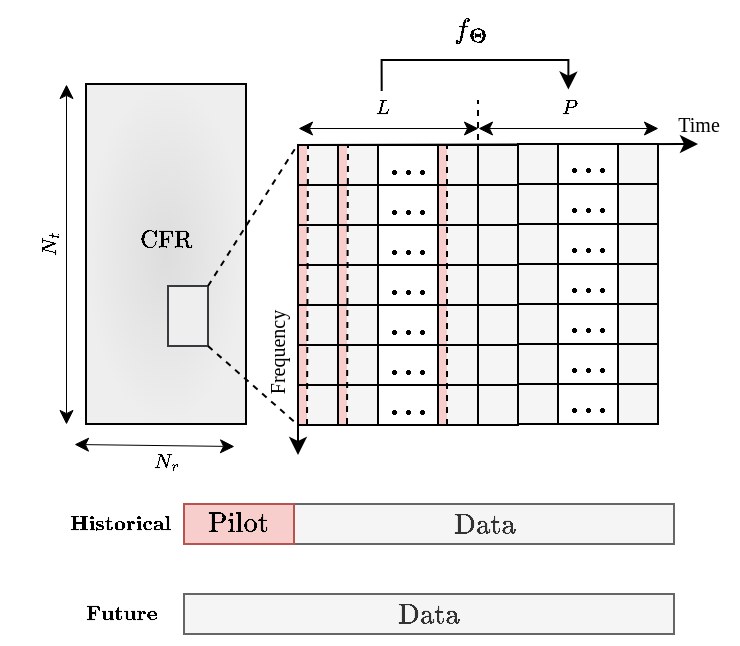
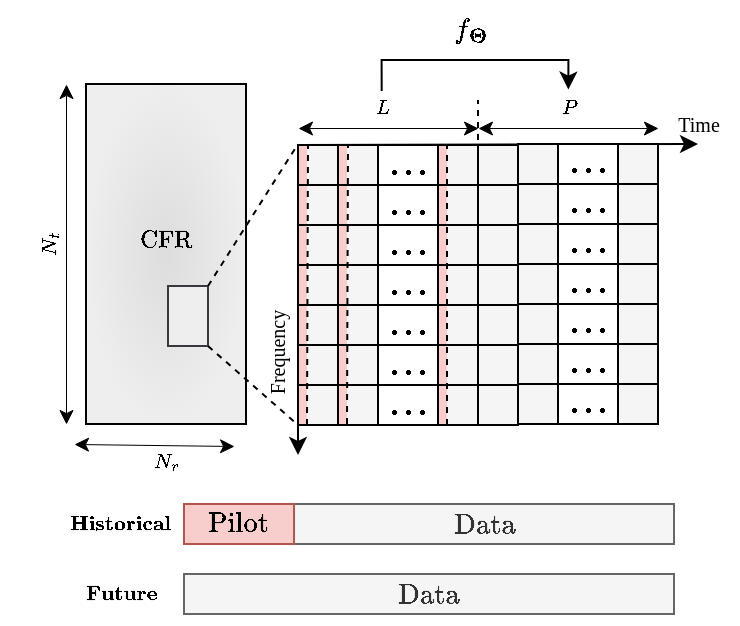
<mxfile host="app.diagrams.net" agent="Mozilla/5.0 (Macintosh; Intel Mac OS X 10_15_7) AppleWebKit/537.36 (KHTML, like Gecko) Chrome/141.0.0.0 Safari/537.36 Edg/141.0.0.0">
  <diagram name="第 1 页" id="D2adrHRu20BCA5vovUWD">
    <mxGraphModel dx="534" dy="377" grid="1" gridSize="10" guides="1" tooltips="1" connect="1" arrows="1" fold="1" page="1" pageScale="1" pageWidth="850" pageHeight="1100" math="1" shadow="0">
      <root>
        <mxCell id="0" />
        <mxCell id="1" parent="0" />
        <mxCell id="vL8rOUMA7y1sfk7vwX27-157" parent="1" style="text;html=1;align=center;verticalAlign=middle;resizable=0;points=[];autosize=1;strokeColor=none;fillColor=none;rotation=-90;" value="&lt;font face=&quot;Times New Roman&quot; style=&quot;font-size: 10px;&quot;&gt;Frequency&lt;/font&gt;" vertex="1">
          <mxGeometry height="30" width="70" x="140" y="199.5" as="geometry" />
        </mxCell>
        <mxCell id="vL8rOUMA7y1sfk7vwX27-163" parent="1" style="rounded=0;whiteSpace=wrap;html=1;fillColor=#DDDDDD;fillStyle=auto;gradientColor=#EEEEEE;gradientDirection=radial;" value="&lt;font face=&quot;Times New Roman&quot;&gt;\[\mathrm{CFR}\]&lt;/font&gt;&lt;div&gt;&lt;font face=&quot;Times New Roman&quot;&gt;&lt;span style=&quot;font-size: 10px;&quot;&gt;&lt;br&gt;&lt;/span&gt;&lt;/font&gt;&lt;/div&gt;" vertex="1">
          <mxGeometry height="170" width="80" x="80" y="80" as="geometry" />
        </mxCell>
        <mxCell id="vL8rOUMA7y1sfk7vwX27-164" parent="1" style="rounded=0;whiteSpace=wrap;html=1;rotation=0;fillColor=#eeeeee;strokeColor=#36393d;" value="" vertex="1">
          <mxGeometry height="30" width="20" x="121" y="181" as="geometry" />
        </mxCell>
        <mxCell id="vL8rOUMA7y1sfk7vwX27-165" edge="1" parent="1" source="vL8rOUMA7y1sfk7vwX27-164" style="endArrow=none;dashed=1;html=1;rounded=0;exitX=1;exitY=1;exitDx=0;exitDy=0;entryX=0;entryY=1;entryDx=0;entryDy=0;" target="vL8rOUMA7y1sfk7vwX27-77" value="">
          <mxGeometry height="50" relative="1" width="50" as="geometry">
            <mxPoint x="131" y="215" as="sourcePoint" />
            <mxPoint x="206" y="260" as="targetPoint" />
          </mxGeometry>
        </mxCell>
        <mxCell id="vL8rOUMA7y1sfk7vwX27-166" edge="1" parent="1" source="vL8rOUMA7y1sfk7vwX27-164" style="endArrow=none;dashed=1;html=1;rounded=0;exitX=1;exitY=0;exitDx=0;exitDy=0;" value="">
          <mxGeometry height="50" relative="1" width="50" as="geometry">
            <mxPoint x="131" y="185" as="sourcePoint" />
            <mxPoint x="186" y="110" as="targetPoint" />
          </mxGeometry>
        </mxCell>
        <mxCell id="vL8rOUMA7y1sfk7vwX27-167" edge="1" parent="1" style="endArrow=classic;startArrow=classic;html=1;rounded=0;strokeWidth=0.5;" value="">
          <mxGeometry height="50" relative="1" width="50" as="geometry">
            <mxPoint x="74" y="260" as="sourcePoint" />
            <mxPoint x="154" y="261" as="targetPoint" />
          </mxGeometry>
        </mxCell>
        <mxCell id="vL8rOUMA7y1sfk7vwX27-168" parent="1" style="text;html=1;align=center;verticalAlign=middle;resizable=0;points=[];autosize=1;strokeColor=none;fillColor=none;" value="&lt;font face=&quot;Times New Roman&quot; style=&quot;font-size: 10px;&quot;&gt;\[N_r\]&lt;/font&gt;" vertex="1">
          <mxGeometry height="30" width="50" x="95" y="254" as="geometry" />
        </mxCell>
        <mxCell id="vL8rOUMA7y1sfk7vwX27-169" parent="1" style="text;html=1;align=center;verticalAlign=middle;resizable=0;points=[];autosize=1;strokeColor=none;fillColor=none;rotation=-90;" value="&lt;font face=&quot;Times New Roman&quot; style=&quot;font-size: 10px;&quot;&gt;\[N_t\]&lt;/font&gt;" vertex="1">
          <mxGeometry height="30" width="50" x="37" y="145" as="geometry" />
        </mxCell>
        <mxCell id="vL8rOUMA7y1sfk7vwX27-170" edge="1" parent="1" style="endArrow=classic;startArrow=classic;html=1;rounded=0;strokeWidth=0.5;" value="">
          <mxGeometry height="50" relative="1" width="50" as="geometry">
            <mxPoint x="70" y="250" as="sourcePoint" />
            <mxPoint x="70" y="80" as="targetPoint" />
          </mxGeometry>
        </mxCell>
        <mxCell id="vL8rOUMA7y1sfk7vwX27-160" parent="1" style="text;html=1;align=center;verticalAlign=middle;resizable=0;points=[];autosize=1;strokeColor=none;fillColor=none;container=0;" value="&lt;font face=&quot;Times New Roman&quot; style=&quot;font-size: 10px;&quot;&gt;\[L\]&lt;/font&gt;" vertex="1">
          <mxGeometry height="40" width="30" x="213" y="72" as="geometry" />
        </mxCell>
        <mxCell id="vL8rOUMA7y1sfk7vwX27-162" parent="1" style="text;html=1;align=center;verticalAlign=middle;resizable=0;points=[];autosize=1;strokeColor=none;fillColor=none;container=0;" value="&lt;font face=&quot;Times New Roman&quot;&gt;&lt;span style=&quot;font-size: 10px;&quot;&gt;\[P\]&lt;/span&gt;&lt;/font&gt;" vertex="1">
          <mxGeometry height="40" width="30" x="306" y="72" as="geometry" />
        </mxCell>
        <mxCell id="vL8rOUMA7y1sfk7vwX27-196" parent="1" style="rounded=0;whiteSpace=wrap;html=1;fillColor=#f5f5f5;strokeColor=#666666;fontColor=#333333;" value="\[\mathrm{Data}\]" vertex="1">
          <mxGeometry height="20" width="190" x="184" y="290" as="geometry" />
        </mxCell>
        <mxCell id="vL8rOUMA7y1sfk7vwX27-197" parent="1" style="rounded=0;whiteSpace=wrap;html=1;fillColor=#f8cecc;strokeColor=#b85450;" value="\[\mathrm{Pilot}\]" vertex="1">
          <mxGeometry height="20" width="55" x="129" y="290" as="geometry" />
        </mxCell>
        <mxCell id="vL8rOUMA7y1sfk7vwX27-74" edge="1" parent="1" style="endArrow=classic;html=1;rounded=0;exitX=0;exitY=0;exitDx=0;exitDy=0;" value="">
          <mxGeometry height="50" relative="1" width="50" as="geometry">
            <mxPoint x="186" y="110.5" as="sourcePoint" />
            <mxPoint x="386" y="110" as="targetPoint" />
          </mxGeometry>
        </mxCell>
        <mxCell id="vL8rOUMA7y1sfk7vwX27-75" edge="1" parent="1" source="vL8rOUMA7y1sfk7vwX27-138" style="endArrow=classic;html=1;rounded=0;fillColor=#f5f5f5;strokeColor=#000000;exitX=0;exitY=0;exitDx=0;exitDy=0;" value="">
          <mxGeometry height="50" relative="1" width="50" as="geometry">
            <mxPoint x="186" y="90.5" as="sourcePoint" />
            <mxPoint x="186" y="265.5" as="targetPoint" />
          </mxGeometry>
        </mxCell>
        <mxCell id="vL8rOUMA7y1sfk7vwX27-158" edge="1" parent="1" style="endArrow=none;html=1;rounded=0;entryX=1;entryY=1;entryDx=0;entryDy=0;dashed=1;" value="">
          <mxGeometry height="50" relative="1" width="50" as="geometry">
            <mxPoint x="276" y="108" as="sourcePoint" />
            <mxPoint x="276" y="88" as="targetPoint" />
          </mxGeometry>
        </mxCell>
        <mxCell id="vL8rOUMA7y1sfk7vwX27-77" parent="1" style="rounded=0;whiteSpace=wrap;html=1;fillColor=#f5f5f5;strokeColor=#000000;container=0;fontColor=#333333;" value="" vertex="1">
          <mxGeometry height="20" width="20" x="186" y="230.5" as="geometry" />
        </mxCell>
        <mxCell id="vL8rOUMA7y1sfk7vwX27-78" parent="1" style="rounded=0;whiteSpace=wrap;html=1;fillColor=#f5f5f5;strokeColor=#000000;container=0;fontColor=#333333;" value="" vertex="1">
          <mxGeometry height="20" width="20" x="206" y="230.5" as="geometry" />
        </mxCell>
        <mxCell id="vL8rOUMA7y1sfk7vwX27-80" parent="1" style="rounded=0;whiteSpace=wrap;html=1;container=0;" value="&lt;b&gt;\[\mathbf{...}\]&lt;/b&gt;" vertex="1">
          <mxGeometry height="20" width="30" x="226" y="230.5" as="geometry" />
        </mxCell>
        <mxCell id="vL8rOUMA7y1sfk7vwX27-79" parent="1" style="rounded=0;whiteSpace=wrap;html=1;fillColor=#f5f5f5;strokeColor=#000000;container=0;fontColor=#333333;" value="" vertex="1">
          <mxGeometry height="20" width="20" x="256" y="230.5" as="geometry" />
        </mxCell>
        <mxCell id="vL8rOUMA7y1sfk7vwX27-90" parent="1" style="rounded=0;whiteSpace=wrap;html=1;fillColor=#f5f5f5;strokeColor=#000000;container=0;fontColor=#333333;" value="" vertex="1">
          <mxGeometry height="20" width="20" x="256" y="210.5" as="geometry" />
        </mxCell>
        <mxCell id="vL8rOUMA7y1sfk7vwX27-100" parent="1" style="rounded=0;whiteSpace=wrap;html=1;fillColor=#f5f5f5;strokeColor=#000000;container=0;fontColor=#333333;" value="" vertex="1">
          <mxGeometry height="20" width="20" x="256" y="170.5" as="geometry" />
        </mxCell>
        <mxCell id="vL8rOUMA7y1sfk7vwX27-110" parent="1" style="rounded=0;whiteSpace=wrap;html=1;fillColor=#f5f5f5;strokeColor=#000000;container=0;fontColor=#333333;" value="" vertex="1">
          <mxGeometry height="20" width="20" x="256" y="190.5" as="geometry" />
        </mxCell>
        <mxCell id="vL8rOUMA7y1sfk7vwX27-120" parent="1" style="rounded=0;whiteSpace=wrap;html=1;fillColor=#f5f5f5;strokeColor=#000000;container=0;fontColor=#333333;" value="" vertex="1">
          <mxGeometry height="20" width="20" x="256" y="150.5" as="geometry" />
        </mxCell>
        <mxCell id="vL8rOUMA7y1sfk7vwX27-130" parent="1" style="rounded=0;whiteSpace=wrap;html=1;fillColor=#f5f5f5;strokeColor=#000000;container=0;fontColor=#333333;" value="" vertex="1">
          <mxGeometry height="20" width="20" x="256" y="130.5" as="geometry" />
        </mxCell>
        <mxCell id="vL8rOUMA7y1sfk7vwX27-140" parent="1" style="rounded=0;whiteSpace=wrap;html=1;fillColor=#f5f5f5;strokeColor=#000000;container=0;fontColor=#333333;" value="" vertex="1">
          <mxGeometry height="20" width="20" x="256" y="110.5" as="geometry" />
        </mxCell>
        <mxCell id="vL8rOUMA7y1sfk7vwX27-161" edge="1" parent="1" style="endArrow=classic;startArrow=classic;html=1;rounded=0;strokeWidth=0.5;" value="">
          <mxGeometry height="50" relative="1" width="50" as="geometry">
            <mxPoint x="276" y="102" as="sourcePoint" />
            <mxPoint x="366" y="102" as="targetPoint" />
          </mxGeometry>
        </mxCell>
        <mxCell id="vL8rOUMA7y1sfk7vwX27-159" edge="1" parent="1" style="endArrow=classic;startArrow=classic;html=1;rounded=0;strokeWidth=0.5;" value="">
          <mxGeometry height="50" relative="1" width="50" as="geometry">
            <mxPoint x="186" y="102" as="sourcePoint" />
            <mxPoint x="276" y="102" as="targetPoint" />
          </mxGeometry>
        </mxCell>
        <mxCell id="vL8rOUMA7y1sfk7vwX27-146" parent="1" style="rounded=0;whiteSpace=wrap;html=1;fillColor=#f5f5f5;strokeColor=#000000;container=0;fontColor=#333333;" value="" vertex="1">
          <mxGeometry height="20" width="20" x="296" y="110" as="geometry" />
        </mxCell>
        <mxCell id="vL8rOUMA7y1sfk7vwX27-172" parent="1" style="rounded=0;whiteSpace=wrap;html=1;container=0;" value="&lt;b&gt;\[\mathbf{...}\]&lt;/b&gt;" vertex="1">
          <mxGeometry height="20" width="30" x="316" y="230" as="geometry" />
        </mxCell>
        <mxCell id="vL8rOUMA7y1sfk7vwX27-173" parent="1" style="rounded=0;whiteSpace=wrap;html=1;container=0;" value="&lt;b&gt;\[\mathbf{...}\]&lt;/b&gt;" vertex="1">
          <mxGeometry height="20" width="30" x="316" y="210" as="geometry" />
        </mxCell>
        <mxCell id="vL8rOUMA7y1sfk7vwX27-174" parent="1" style="rounded=0;whiteSpace=wrap;html=1;container=0;" value="&lt;b&gt;\[\mathbf{...}\]&lt;/b&gt;" vertex="1">
          <mxGeometry height="20" width="30" x="316" y="170" as="geometry" />
        </mxCell>
        <mxCell id="vL8rOUMA7y1sfk7vwX27-175" parent="1" style="rounded=0;whiteSpace=wrap;html=1;container=0;" value="&lt;b&gt;\[\mathbf{...}\]&lt;/b&gt;" vertex="1">
          <mxGeometry height="20" width="30" x="316" y="190" as="geometry" />
        </mxCell>
        <mxCell id="vL8rOUMA7y1sfk7vwX27-176" parent="1" style="rounded=0;whiteSpace=wrap;html=1;container=0;" value="&lt;b&gt;\[\mathbf{...}\]&lt;/b&gt;" vertex="1">
          <mxGeometry height="20" width="30" x="316" y="150" as="geometry" />
        </mxCell>
        <mxCell id="vL8rOUMA7y1sfk7vwX27-177" parent="1" style="rounded=0;whiteSpace=wrap;html=1;container=0;" value="&lt;b&gt;\[\mathbf{...}\]&lt;/b&gt;" vertex="1">
          <mxGeometry height="20" width="30" x="316" y="130" as="geometry" />
        </mxCell>
        <mxCell id="vL8rOUMA7y1sfk7vwX27-178" parent="1" style="rounded=0;whiteSpace=wrap;html=1;container=0;" value="&lt;b&gt;\[\mathbf{...}\]&lt;/b&gt;" vertex="1">
          <mxGeometry height="20" width="30" x="316" y="110" as="geometry" />
        </mxCell>
        <mxCell id="vL8rOUMA7y1sfk7vwX27-82" parent="1" style="rounded=0;whiteSpace=wrap;html=1;fillColor=#f5f5f5;strokeColor=#000000;container=0;fontColor=#333333;" value="" vertex="1">
          <mxGeometry height="20" width="20" x="346" y="230" as="geometry" />
        </mxCell>
        <mxCell id="vL8rOUMA7y1sfk7vwX27-93" parent="1" style="rounded=0;whiteSpace=wrap;html=1;fillColor=#f5f5f5;strokeColor=#000000;container=0;fontColor=#333333;" value="" vertex="1">
          <mxGeometry height="20" width="20" x="346" y="210" as="geometry" />
        </mxCell>
        <mxCell id="vL8rOUMA7y1sfk7vwX27-103" parent="1" style="rounded=0;whiteSpace=wrap;html=1;fillColor=#f5f5f5;strokeColor=#000000;container=0;fontColor=#333333;" value="" vertex="1">
          <mxGeometry height="20" width="20" x="346" y="170" as="geometry" />
        </mxCell>
        <mxCell id="vL8rOUMA7y1sfk7vwX27-113" parent="1" style="rounded=0;whiteSpace=wrap;html=1;fillColor=#f5f5f5;strokeColor=#000000;container=0;fontColor=#333333;" value="" vertex="1">
          <mxGeometry height="20" width="20" x="346" y="190" as="geometry" />
        </mxCell>
        <mxCell id="vL8rOUMA7y1sfk7vwX27-123" parent="1" style="rounded=0;whiteSpace=wrap;html=1;fillColor=#f5f5f5;strokeColor=#000000;container=0;fontColor=#333333;" value="" vertex="1">
          <mxGeometry height="20" width="20" x="346" y="150" as="geometry" />
        </mxCell>
        <mxCell id="vL8rOUMA7y1sfk7vwX27-133" parent="1" style="rounded=0;whiteSpace=wrap;html=1;fillColor=#f5f5f5;strokeColor=#000000;container=0;fontColor=#333333;" value="" vertex="1">
          <mxGeometry height="20" width="20" x="346" y="130" as="geometry" />
        </mxCell>
        <mxCell id="vL8rOUMA7y1sfk7vwX27-143" parent="1" style="rounded=0;whiteSpace=wrap;html=1;fillColor=#f5f5f5;strokeColor=#000000;container=0;fontColor=#333333;" value="" vertex="1">
          <mxGeometry height="20" width="20" x="346" y="110" as="geometry" />
        </mxCell>
        <mxCell id="vL8rOUMA7y1sfk7vwX27-85" parent="1" style="rounded=0;whiteSpace=wrap;html=1;fillColor=#f5f5f5;strokeColor=#000000;container=0;fontColor=#333333;" value="" vertex="1">
          <mxGeometry height="20" width="20" x="296" y="230" as="geometry" />
        </mxCell>
        <mxCell id="vL8rOUMA7y1sfk7vwX27-96" parent="1" style="rounded=0;whiteSpace=wrap;html=1;fillColor=#f5f5f5;strokeColor=#000000;container=0;fontColor=#333333;" value="" vertex="1">
          <mxGeometry height="20" width="20" x="296" y="210" as="geometry" />
        </mxCell>
        <mxCell id="vL8rOUMA7y1sfk7vwX27-106" parent="1" style="rounded=0;whiteSpace=wrap;html=1;fillColor=#f5f5f5;strokeColor=#000000;container=0;fontColor=#333333;" value="" vertex="1">
          <mxGeometry height="20" width="20" x="296" y="170" as="geometry" />
        </mxCell>
        <mxCell id="vL8rOUMA7y1sfk7vwX27-116" parent="1" style="rounded=0;whiteSpace=wrap;html=1;fillColor=#f5f5f5;strokeColor=#000000;container=0;fontColor=#333333;" value="" vertex="1">
          <mxGeometry height="20" width="20" x="296" y="190" as="geometry" />
        </mxCell>
        <mxCell id="vL8rOUMA7y1sfk7vwX27-126" parent="1" style="rounded=0;whiteSpace=wrap;html=1;fillColor=#f5f5f5;strokeColor=#000000;container=0;fontColor=#333333;" value="" vertex="1">
          <mxGeometry height="20" width="20" x="296" y="150" as="geometry" />
        </mxCell>
        <mxCell id="vL8rOUMA7y1sfk7vwX27-136" parent="1" style="rounded=0;whiteSpace=wrap;html=1;fillColor=#f5f5f5;strokeColor=#000000;container=0;fontColor=#333333;" value="" vertex="1">
          <mxGeometry height="20" width="20" x="296" y="130" as="geometry" />
        </mxCell>
        <mxCell id="vL8rOUMA7y1sfk7vwX27-86" parent="1" style="text;html=1;align=center;verticalAlign=middle;resizable=0;points=[];autosize=1;strokeColor=none;fillColor=none;container=0;" value="&lt;font face=&quot;Times New Roman&quot; style=&quot;font-size: 10px;&quot;&gt;Time&lt;/font&gt;" vertex="1">
          <mxGeometry height="30" width="40" x="366" y="85" as="geometry" />
        </mxCell>
        <mxCell id="vL8rOUMA7y1sfk7vwX27-118" parent="1" style="rounded=0;whiteSpace=wrap;html=1;fillColor=#f5f5f5;strokeColor=#000000;container=0;fontColor=#333333;" value="" vertex="1">
          <mxGeometry height="20" width="20" x="186" y="150.5" as="geometry" />
        </mxCell>
        <mxCell id="vL8rOUMA7y1sfk7vwX27-119" parent="1" style="rounded=0;whiteSpace=wrap;html=1;fillColor=#f5f5f5;strokeColor=#000000;container=0;fontColor=#333333;" value="" vertex="1">
          <mxGeometry height="20" width="20" x="206" y="150.5" as="geometry" />
        </mxCell>
        <mxCell id="vL8rOUMA7y1sfk7vwX27-121" parent="1" style="rounded=0;whiteSpace=wrap;html=1;container=0;" value="&lt;b&gt;\[\mathbf{...}\]&lt;/b&gt;" vertex="1">
          <mxGeometry height="20" width="30" x="226" y="150.5" as="geometry" />
        </mxCell>
        <mxCell id="vL8rOUMA7y1sfk7vwX27-88" parent="1" style="rounded=0;whiteSpace=wrap;html=1;fillColor=#f5f5f5;strokeColor=#000000;container=0;fontColor=#333333;" value="" vertex="1">
          <mxGeometry height="20" width="20" x="186" y="210.5" as="geometry" />
        </mxCell>
        <mxCell id="vL8rOUMA7y1sfk7vwX27-89" parent="1" style="rounded=0;whiteSpace=wrap;html=1;fillColor=#f5f5f5;strokeColor=#000000;container=0;fontColor=#333333;" value="" vertex="1">
          <mxGeometry height="20" width="20" x="206" y="210.5" as="geometry" />
        </mxCell>
        <mxCell id="vL8rOUMA7y1sfk7vwX27-91" parent="1" style="rounded=0;whiteSpace=wrap;html=1;container=0;" value="&lt;b&gt;\[\mathbf{...}\]&lt;/b&gt;" vertex="1">
          <mxGeometry height="20" width="30" x="226" y="210.5" as="geometry" />
        </mxCell>
        <mxCell id="vL8rOUMA7y1sfk7vwX27-98" parent="1" style="rounded=0;whiteSpace=wrap;html=1;fillColor=#f5f5f5;strokeColor=#000000;container=0;fontColor=#333333;" value="" vertex="1">
          <mxGeometry height="20" width="20" x="186" y="170.5" as="geometry" />
        </mxCell>
        <mxCell id="vL8rOUMA7y1sfk7vwX27-99" parent="1" style="rounded=0;whiteSpace=wrap;html=1;fillColor=#f5f5f5;strokeColor=#000000;container=0;fontColor=#333333;" value="" vertex="1">
          <mxGeometry height="20" width="20" x="206" y="170.5" as="geometry" />
        </mxCell>
        <mxCell id="vL8rOUMA7y1sfk7vwX27-101" parent="1" style="rounded=0;whiteSpace=wrap;html=1;container=0;" value="&lt;b&gt;\[\mathbf{...}\]&lt;/b&gt;" vertex="1">
          <mxGeometry height="20" width="30" x="226" y="170.5" as="geometry" />
        </mxCell>
        <mxCell id="vL8rOUMA7y1sfk7vwX27-285" parent="1" style="rounded=0;whiteSpace=wrap;html=1;fillColor=#f8cecc;strokeColor=none;dashed=1;container=0;glass=0;shadow=0;" value="" vertex="1">
          <mxGeometry height="19" width="4" x="256.5" y="151" as="geometry" />
        </mxCell>
        <mxCell id="vL8rOUMA7y1sfk7vwX27-108" parent="1" style="rounded=0;whiteSpace=wrap;html=1;fillColor=#f5f5f5;strokeColor=#000000;container=0;fontColor=#333333;" value="" vertex="1">
          <mxGeometry height="20" width="20" x="186" y="190.5" as="geometry" />
        </mxCell>
        <mxCell id="vL8rOUMA7y1sfk7vwX27-109" parent="1" style="rounded=0;whiteSpace=wrap;html=1;fillColor=#f5f5f5;strokeColor=#000000;container=0;fontColor=#333333;" value="" vertex="1">
          <mxGeometry height="20" width="20" x="206" y="190.5" as="geometry" />
        </mxCell>
        <mxCell id="vL8rOUMA7y1sfk7vwX27-111" parent="1" style="rounded=0;whiteSpace=wrap;html=1;container=0;" value="&lt;b&gt;\[\mathbf{...}\]&lt;/b&gt;" vertex="1">
          <mxGeometry height="20" width="30" x="226" y="190.5" as="geometry" />
        </mxCell>
        <mxCell id="vL8rOUMA7y1sfk7vwX27-128" parent="1" style="rounded=0;whiteSpace=wrap;html=1;fillColor=#f5f5f5;strokeColor=#000000;container=0;fontColor=#333333;" value="" vertex="1">
          <mxGeometry height="20" width="20" x="186" y="130.5" as="geometry" />
        </mxCell>
        <mxCell id="vL8rOUMA7y1sfk7vwX27-129" parent="1" style="rounded=0;whiteSpace=wrap;html=1;fillColor=#f5f5f5;strokeColor=#000000;container=0;fontColor=#333333;" value="" vertex="1">
          <mxGeometry height="20" width="20" x="206" y="130.5" as="geometry" />
        </mxCell>
        <mxCell id="vL8rOUMA7y1sfk7vwX27-131" parent="1" style="rounded=0;whiteSpace=wrap;html=1;container=0;" value="&lt;b&gt;\[\mathbf{...}\]&lt;/b&gt;" vertex="1">
          <mxGeometry height="20" width="30" x="226" y="130.5" as="geometry" />
        </mxCell>
        <mxCell id="vL8rOUMA7y1sfk7vwX27-138" parent="1" style="rounded=0;whiteSpace=wrap;html=1;fillColor=#f5f5f5;strokeColor=#000000;container=0;fontColor=#333333;" value="" vertex="1">
          <mxGeometry height="20" width="20" x="186" y="110.5" as="geometry" />
        </mxCell>
        <mxCell id="vL8rOUMA7y1sfk7vwX27-139" parent="1" style="rounded=0;whiteSpace=wrap;html=1;fillColor=#f5f5f5;strokeColor=#000000;container=0;fontColor=#333333;" value="" vertex="1">
          <mxGeometry height="20" width="20" x="206" y="110.5" as="geometry" />
        </mxCell>
        <mxCell id="vL8rOUMA7y1sfk7vwX27-141" parent="1" style="rounded=0;whiteSpace=wrap;html=1;container=0;" value="&lt;b&gt;\[\mathbf{...}\]&lt;/b&gt;" vertex="1">
          <mxGeometry height="20" width="30" x="226" y="110.5" as="geometry" />
        </mxCell>
        <mxCell id="vL8rOUMA7y1sfk7vwX27-288" parent="1" style="rounded=0;whiteSpace=wrap;html=1;fillColor=#f8cecc;strokeColor=none;dashed=1;container=0;glass=0;shadow=0;" value="" vertex="1">
          <mxGeometry height="19" width="4" x="256.5" y="131" as="geometry" />
        </mxCell>
        <mxCell id="vL8rOUMA7y1sfk7vwX27-289" parent="1" style="rounded=0;whiteSpace=wrap;html=1;fillColor=#f8cecc;strokeColor=none;dashed=1;container=0;glass=0;shadow=0;" value="" vertex="1">
          <mxGeometry height="19" width="4" x="256.5" y="111" as="geometry" />
        </mxCell>
        <mxCell id="vL8rOUMA7y1sfk7vwX27-291" parent="1" style="rounded=0;whiteSpace=wrap;html=1;fillColor=#f8cecc;strokeColor=none;dashed=1;container=0;glass=0;shadow=0;" value="" vertex="1">
          <mxGeometry height="19" width="4" x="256.5" y="171" as="geometry" />
        </mxCell>
        <mxCell id="vL8rOUMA7y1sfk7vwX27-292" parent="1" style="rounded=0;whiteSpace=wrap;html=1;fillColor=#f8cecc;strokeColor=none;dashed=1;container=0;glass=0;shadow=0;" value="" vertex="1">
          <mxGeometry height="19" width="4" x="256.5" y="191" as="geometry" />
        </mxCell>
        <mxCell id="vL8rOUMA7y1sfk7vwX27-293" parent="1" style="rounded=0;whiteSpace=wrap;html=1;fillColor=#f8cecc;strokeColor=none;dashed=1;container=0;glass=0;shadow=0;" value="" vertex="1">
          <mxGeometry height="19" width="4" x="256.5" y="211" as="geometry" />
        </mxCell>
        <mxCell id="vL8rOUMA7y1sfk7vwX27-294" parent="1" style="rounded=0;whiteSpace=wrap;html=1;fillColor=#f8cecc;strokeColor=none;dashed=1;container=0;glass=0;shadow=0;" value="" vertex="1">
          <mxGeometry height="19" width="4" x="256.5" y="231" as="geometry" />
        </mxCell>
        <mxCell id="vL8rOUMA7y1sfk7vwX27-303" parent="1" style="rounded=0;whiteSpace=wrap;html=1;fillColor=#f8cecc;strokeColor=none;dashed=1;container=0;glass=0;shadow=0;gradientColor=none;" value="" vertex="1">
          <mxGeometry height="19" width="4" x="206.5" y="151" as="geometry" />
        </mxCell>
        <mxCell id="vL8rOUMA7y1sfk7vwX27-304" parent="1" style="rounded=0;whiteSpace=wrap;html=1;fillColor=#f8cecc;strokeColor=none;dashed=1;container=0;glass=0;shadow=0;gradientColor=none;" value="" vertex="1">
          <mxGeometry height="19" width="4" x="206.5" y="131" as="geometry" />
        </mxCell>
        <mxCell id="vL8rOUMA7y1sfk7vwX27-305" parent="1" style="rounded=0;whiteSpace=wrap;html=1;fillColor=#f8cecc;strokeColor=none;dashed=1;container=0;glass=0;shadow=0;gradientColor=none;" value="" vertex="1">
          <mxGeometry height="19" width="4" x="206.5" y="111" as="geometry" />
        </mxCell>
        <mxCell id="vL8rOUMA7y1sfk7vwX27-307" parent="1" style="rounded=0;whiteSpace=wrap;html=1;fillColor=#f8cecc;strokeColor=none;dashed=1;container=0;glass=0;shadow=0;gradientColor=none;" value="" vertex="1">
          <mxGeometry height="19" width="4" x="206.5" y="171" as="geometry" />
        </mxCell>
        <mxCell id="vL8rOUMA7y1sfk7vwX27-308" parent="1" style="rounded=0;whiteSpace=wrap;html=1;fillColor=#f8cecc;strokeColor=none;dashed=1;container=0;glass=0;shadow=0;gradientColor=none;" value="" vertex="1">
          <mxGeometry height="19" width="4" x="206.5" y="191" as="geometry" />
        </mxCell>
        <mxCell id="vL8rOUMA7y1sfk7vwX27-309" parent="1" style="rounded=0;whiteSpace=wrap;html=1;fillColor=#f8cecc;strokeColor=none;dashed=1;container=0;glass=0;shadow=0;gradientColor=none;" value="" vertex="1">
          <mxGeometry height="19" width="4" x="206.5" y="211" as="geometry" />
        </mxCell>
        <mxCell id="vL8rOUMA7y1sfk7vwX27-310" parent="1" style="rounded=0;whiteSpace=wrap;html=1;fillColor=#f8cecc;strokeColor=none;dashed=1;container=0;glass=0;shadow=0;gradientColor=none;" value="" vertex="1">
          <mxGeometry height="19" width="4" x="206.5" y="231" as="geometry" />
        </mxCell>
        <mxCell id="vL8rOUMA7y1sfk7vwX27-311" parent="1" style="rounded=0;whiteSpace=wrap;html=1;fillColor=#f8cecc;strokeColor=none;dashed=1;container=0;glass=0;shadow=0;gradientColor=none;" value="" vertex="1">
          <mxGeometry height="19" width="4" x="186.5" y="151" as="geometry" />
        </mxCell>
        <mxCell id="vL8rOUMA7y1sfk7vwX27-312" parent="1" style="rounded=0;whiteSpace=wrap;html=1;fillColor=#f8cecc;strokeColor=none;dashed=1;container=0;glass=0;shadow=0;gradientColor=none;" value="" vertex="1">
          <mxGeometry height="19" width="4" x="186.5" y="131" as="geometry" />
        </mxCell>
        <mxCell id="vL8rOUMA7y1sfk7vwX27-313" parent="1" style="rounded=0;whiteSpace=wrap;html=1;fillColor=#f8cecc;strokeColor=none;dashed=1;container=0;glass=0;shadow=0;gradientColor=none;" value="" vertex="1">
          <mxGeometry height="19" width="4" x="186.5" y="111" as="geometry" />
        </mxCell>
        <mxCell id="vL8rOUMA7y1sfk7vwX27-315" parent="1" style="rounded=0;whiteSpace=wrap;html=1;fillColor=#f8cecc;strokeColor=none;dashed=1;container=0;glass=0;shadow=0;gradientColor=none;" value="" vertex="1">
          <mxGeometry height="19" width="4" x="186.5" y="171" as="geometry" />
        </mxCell>
        <mxCell id="vL8rOUMA7y1sfk7vwX27-316" parent="1" style="rounded=0;whiteSpace=wrap;html=1;fillColor=#f8cecc;strokeColor=none;dashed=1;container=0;glass=0;shadow=0;gradientColor=none;" value="" vertex="1">
          <mxGeometry height="19" width="4" x="186.5" y="191" as="geometry" />
        </mxCell>
        <mxCell id="vL8rOUMA7y1sfk7vwX27-317" parent="1" style="rounded=0;whiteSpace=wrap;html=1;fillColor=#f8cecc;strokeColor=none;dashed=1;container=0;glass=0;shadow=0;gradientColor=none;" value="" vertex="1">
          <mxGeometry height="19" width="4" x="186.5" y="211" as="geometry" />
        </mxCell>
        <mxCell id="vL8rOUMA7y1sfk7vwX27-318" parent="1" style="rounded=0;whiteSpace=wrap;html=1;fillColor=#f8cecc;strokeColor=none;dashed=1;container=0;glass=0;shadow=0;gradientColor=none;" value="" vertex="1">
          <mxGeometry height="19" width="4" x="186.5" y="231" as="geometry" />
        </mxCell>
        <mxCell id="vL8rOUMA7y1sfk7vwX27-319" edge="1" parent="1" style="endArrow=none;html=1;rounded=0;entryX=0.25;entryY=0;entryDx=0;entryDy=0;exitX=0.25;exitY=1;exitDx=0;exitDy=0;dashed=1;" target="vL8rOUMA7y1sfk7vwX27-138" value="">
          <mxGeometry height="50" relative="1" width="50" as="geometry">
            <mxPoint x="190.5" y="250.44000000000005" as="sourcePoint" />
            <mxPoint x="190.5" y="90.5" as="targetPoint" />
          </mxGeometry>
        </mxCell>
        <mxCell id="vL8rOUMA7y1sfk7vwX27-320" edge="1" parent="1" style="endArrow=none;html=1;rounded=0;entryX=0.25;entryY=0;entryDx=0;entryDy=0;exitX=0.25;exitY=1;exitDx=0;exitDy=0;dashed=1;" target="vL8rOUMA7y1sfk7vwX27-139" value="">
          <mxGeometry height="50" relative="1" width="50" as="geometry">
            <mxPoint x="210.5" y="250" as="sourcePoint" />
            <mxPoint x="210.5" y="90" as="targetPoint" />
          </mxGeometry>
        </mxCell>
        <mxCell id="vL8rOUMA7y1sfk7vwX27-321" edge="1" parent="1" style="endArrow=none;html=1;rounded=0;entryX=1;entryY=0;entryDx=0;entryDy=0;exitX=0.25;exitY=1;exitDx=0;exitDy=0;dashed=1;fillColor=#f8cecc;strokeColor=default;" target="vL8rOUMA7y1sfk7vwX27-289" value="">
          <mxGeometry height="50" relative="1" width="50" as="geometry">
            <mxPoint x="260.5" y="250.5" as="sourcePoint" />
            <mxPoint x="260.5" y="90.5" as="targetPoint" />
          </mxGeometry>
        </mxCell>
        <mxCell id="Gn2U-Ttxje1ux7aKBa8M-2" parent="1" style="rounded=0;whiteSpace=wrap;html=1;fillColor=#f5f5f5;strokeColor=#000000;container=0;fontColor=#333333;" value="" vertex="1">
          <mxGeometry height="20" width="20" x="276" y="110.5" as="geometry" />
        </mxCell>
        <mxCell id="Gn2U-Ttxje1ux7aKBa8M-4" parent="1" style="rounded=0;whiteSpace=wrap;html=1;fillColor=#f5f5f5;strokeColor=#000000;container=0;fontColor=#333333;" value="" vertex="1">
          <mxGeometry height="20" width="20" x="276" y="230.5" as="geometry" />
        </mxCell>
        <mxCell id="Gn2U-Ttxje1ux7aKBa8M-5" parent="1" style="rounded=0;whiteSpace=wrap;html=1;fillColor=#f5f5f5;strokeColor=#000000;container=0;fontColor=#333333;" value="" vertex="1">
          <mxGeometry height="20" width="20" x="276" y="210.5" as="geometry" />
        </mxCell>
        <mxCell id="Gn2U-Ttxje1ux7aKBa8M-6" parent="1" style="rounded=0;whiteSpace=wrap;html=1;fillColor=#f5f5f5;strokeColor=#000000;container=0;fontColor=#333333;" value="" vertex="1">
          <mxGeometry height="20" width="20" x="276" y="170.5" as="geometry" />
        </mxCell>
        <mxCell id="Gn2U-Ttxje1ux7aKBa8M-7" parent="1" style="rounded=0;whiteSpace=wrap;html=1;fillColor=#f5f5f5;strokeColor=#000000;container=0;fontColor=#333333;" value="" vertex="1">
          <mxGeometry height="20" width="20" x="276" y="190.5" as="geometry" />
        </mxCell>
        <mxCell id="Gn2U-Ttxje1ux7aKBa8M-8" parent="1" style="rounded=0;whiteSpace=wrap;html=1;fillColor=#f5f5f5;strokeColor=#000000;container=0;fontColor=#333333;" value="" vertex="1">
          <mxGeometry height="20" width="20" x="276" y="150.5" as="geometry" />
        </mxCell>
        <mxCell id="Gn2U-Ttxje1ux7aKBa8M-9" parent="1" style="rounded=0;whiteSpace=wrap;html=1;fillColor=#f5f5f5;strokeColor=#000000;container=0;fontColor=#333333;" value="" vertex="1">
          <mxGeometry height="20" width="20" x="276" y="130.5" as="geometry" />
        </mxCell>
        <mxCell id="Gn2U-Ttxje1ux7aKBa8M-15" parent="1" style="text;html=1;align=center;verticalAlign=middle;resizable=0;points=[];autosize=1;strokeColor=none;fillColor=none;container=0;" value="&lt;font face=&quot;Times New Roman&quot; style=&quot;font-size: 10px;&quot;&gt;\[\mathbf{Historical}\]&lt;/font&gt;" vertex="1">
          <mxGeometry height="30" width="120" x="37" y="285" as="geometry" />
        </mxCell>
        <mxCell id="Gn2U-Ttxje1ux7aKBa8M-16" parent="1" style="text;html=1;align=center;verticalAlign=middle;resizable=0;points=[];autosize=1;strokeColor=none;fillColor=none;container=0;" value="&lt;font face=&quot;Times New Roman&quot;&gt;&lt;span style=&quot;font-size: 10px;&quot;&gt;\[\mathbf{Future}\]&lt;/span&gt;&lt;/font&gt;" vertex="1">
-           <mxGeometry height="30" width="100" x="47" y="330" as="geometry" />
+           <mxGeometry height="30" width="100" x="47" y="320" as="geometry" />
        </mxCell>
        <mxCell id="Gn2U-Ttxje1ux7aKBa8M-19" edge="1" parent="1" style="edgeStyle=orthogonalEdgeStyle;rounded=0;orthogonalLoop=1;jettySize=auto;html=1;entryX=0.506;entryY=-0.005;entryDx=0;entryDy=0;entryPerimeter=0;exitX=0.495;exitY=0.014;exitDx=0;exitDy=0;exitPerimeter=0;">
          <mxGeometry relative="1" as="geometry">
            <Array as="points">
              <mxPoint x="228" y="68" />
              <mxPoint x="321" y="68" />
            </Array>
            <mxPoint x="227.84999999999997" y="83.56" as="sourcePoint" />
            <mxPoint x="321.17999999999995" y="82.80000000000001" as="targetPoint" />
          </mxGeometry>
        </mxCell>
        <mxCell id="Gn2U-Ttxje1ux7aKBa8M-20" parent="1" style="text;html=1;whiteSpace=wrap;strokeColor=none;fillColor=none;align=center;verticalAlign=middle;rounded=0;" value="\[f_\boldsymbol{\Theta}\]" vertex="1">
          <mxGeometry height="30" width="60" x="243" y="38" as="geometry" />
        </mxCell>
        <mxCell id="Gn2U-Ttxje1ux7aKBa8M-21" parent="1" style="rounded=0;whiteSpace=wrap;html=1;fillColor=#f5f5f5;strokeColor=#666666;fontColor=#333333;" value="\[\mathrm{Data}\]" vertex="1">
-           <mxGeometry height="20" width="245" x="129" y="335" as="geometry" />
+           <mxGeometry height="20" width="245" x="129" y="325" as="geometry" />
        </mxCell>
      </root>
    </mxGraphModel>
  </diagram>
</mxfile>
